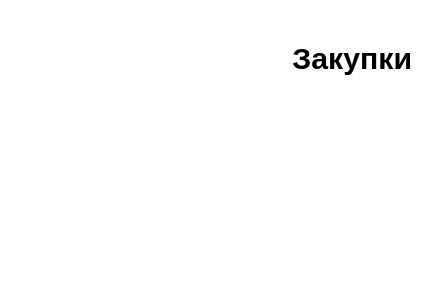
la-mironov/Database-project keeps this draw.io diagram as dfd/Отдел комплектации.drawio. Above is the earlier version. Source tidied: cells renumbered, new cells numbered last; positions are measured from the earlier drawing's top-left corner, leaving out a move shared by most shapes. Both pictures are drawn from the tidied source at 126%, with x=0, y=0 at pixel (286, 34).
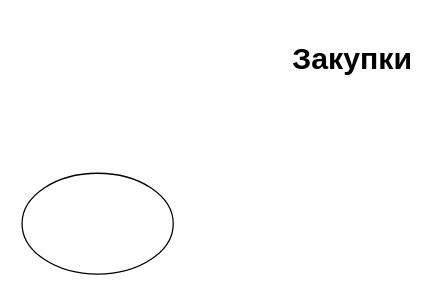
Above is the later version.

The edit, as a diff of the source:
```diff
@@
 <mxGraphModel>
   <root>
     <mxCell id="0" />
     <mxCell id="1" parent="0" />
     <mxCell id="2" value="&lt;h1&gt;Закупки&lt;/h1&gt;" style="text;html=1;strokeColor=none;fillColor=none;spacing=5;spacingTop=-20;whiteSpace=wrap;overflow=hidden;rounded=0;" parent="1" vertex="1">
       <mxGeometry width="110" height="40" as="geometry" />
     </mxCell>
+    <mxCell id="3" style="ellipse;whiteSpace=wrap;html=1;" parent="1" vertex="1">
+      <mxGeometry x="-210" y="110" width="120" height="80" as="geometry" />
+    </mxCell>
   </root>
 </mxGraphModel>
```
